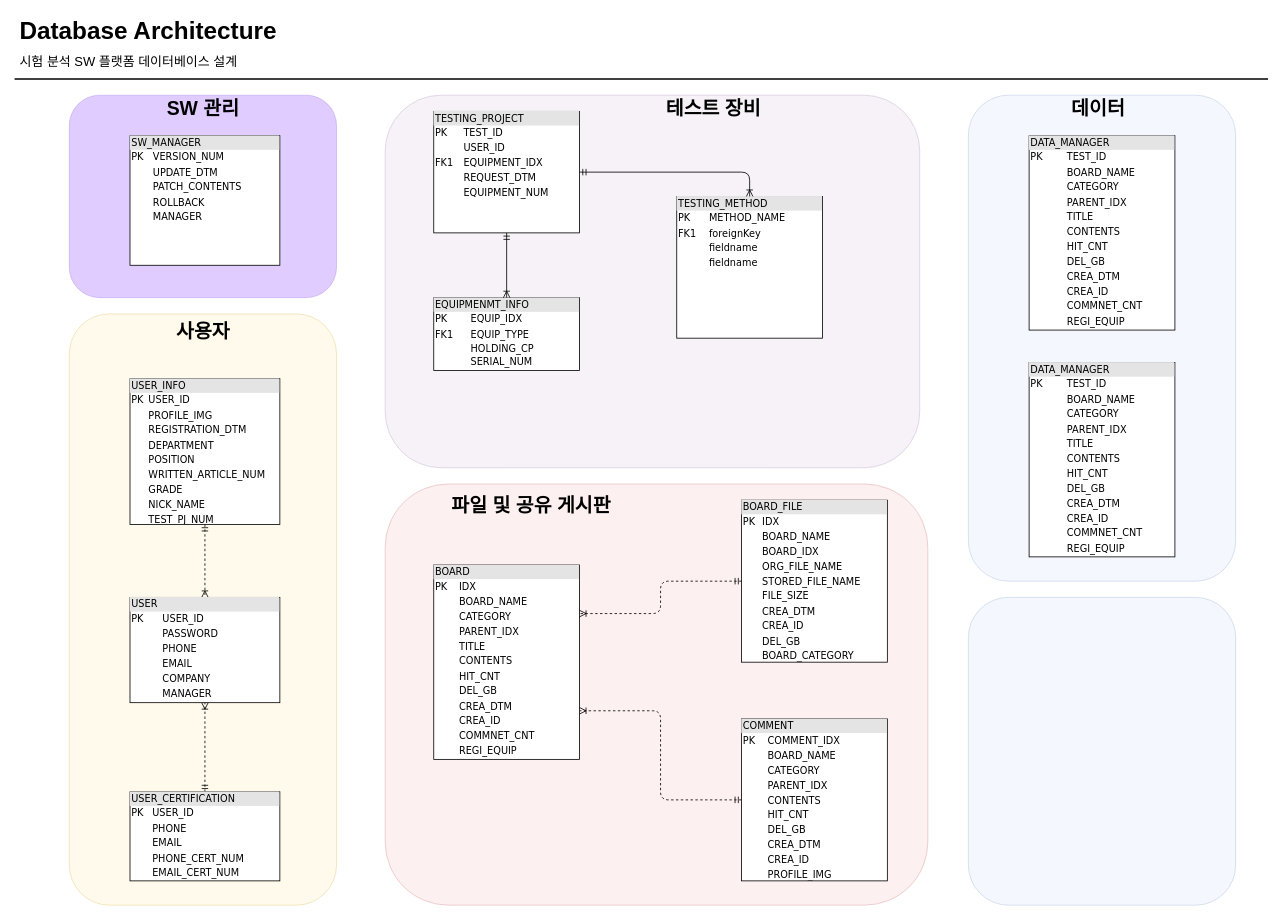
Earlier version of the draw.io diagram DB_architecture.drawio (penzance-jshan/test). Source tidied: cells renumbered, new cells numbered last; positions are measured from the earlier drawing's top-left corner, leaving out a move shared by most shapes. Both pictures are drawn from the tidied source at 81%, with x=0, y=0 at pixel (14, 14).
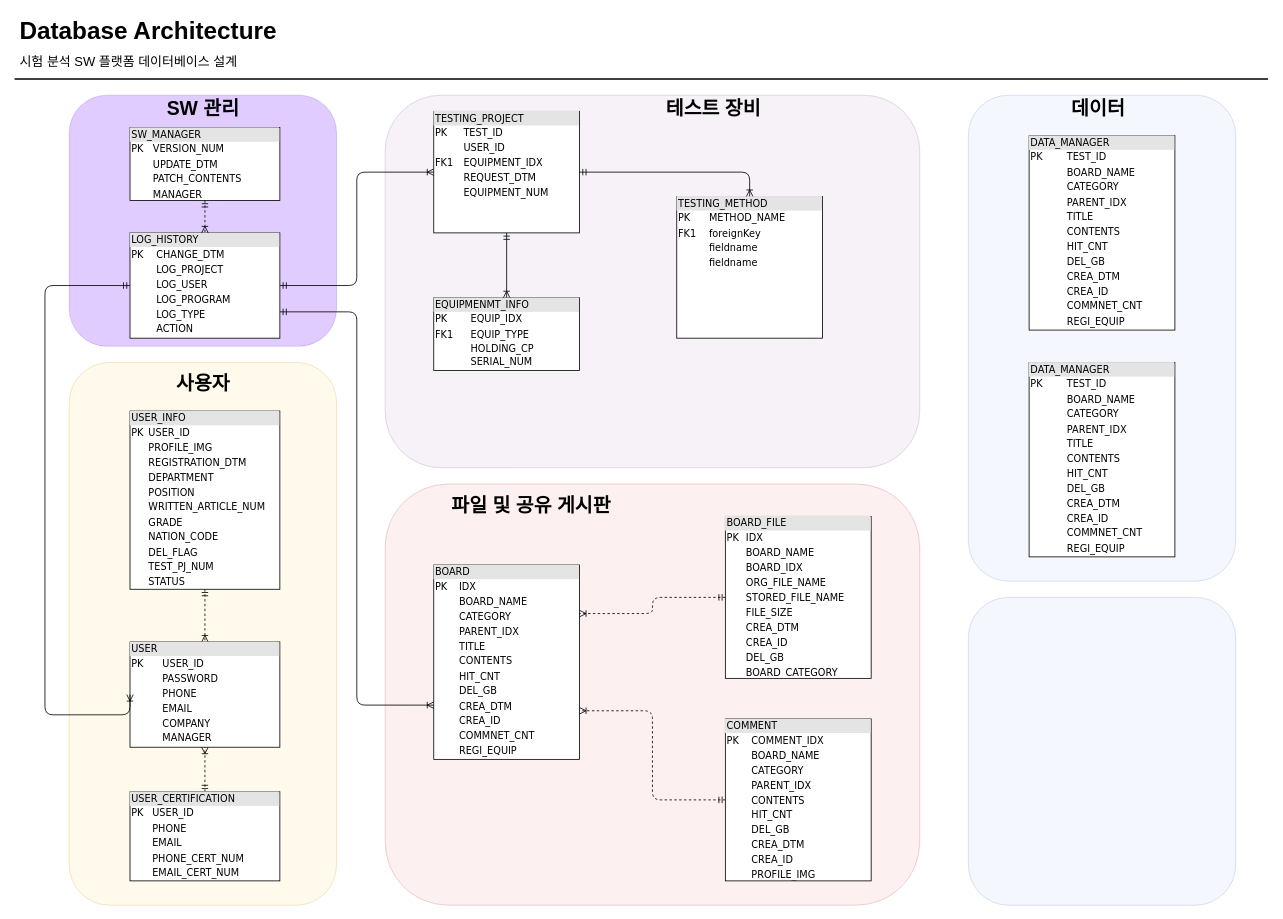
After the change.

Unchanged cells that the change refers to:
```xml
<mxCell id="5" value="&lt;div style=&quot;box-sizing: border-box ; width: 100% ; background: #e4e4e4 ; padding: 2px&quot;&gt;TESTING_PROJECT&lt;/div&gt;&lt;table style=&quot;width: 100% ; font-size: 1em&quot; cellpadding=&quot;2&quot; cellspacing=&quot;0&quot;&gt;&lt;tbody&gt;&lt;tr&gt;&lt;td&gt;PK&lt;/td&gt;&lt;td&gt;TEST_ID&lt;/td&gt;&lt;/tr&gt;&lt;tr&gt;&lt;td&gt;&lt;br&gt;&lt;/td&gt;&lt;td&gt;USER_ID&lt;/td&gt;&lt;/tr&gt;&lt;tr&gt;&lt;td&gt;FK1&lt;/td&gt;&lt;td&gt;EQUIPMENT_IDX&lt;/td&gt;&lt;/tr&gt;&lt;tr&gt;&lt;td&gt;&lt;br&gt;&lt;/td&gt;&lt;td&gt;REQUEST_DTM&lt;br&gt;&lt;/td&gt;&lt;/tr&gt;&lt;tr&gt;&lt;td&gt;&lt;/td&gt;&lt;td&gt;EQUIPMENT_NUM&lt;br&gt;&lt;br&gt;&lt;/td&gt;&lt;/tr&gt;&lt;/tbody&gt;&lt;/table&gt;" style="verticalAlign=top;align=left;overflow=fill;html=1;rounded=0;shadow=0;comic=0;labelBackgroundColor=none;strokeWidth=1;fontFamily=Verdana;fontSize=12;" parent="1" vertex="1">
  <mxGeometry x="518" y="120" width="180" height="150" as="geometry" />
</mxCell>
<mxCell id="13" value="&lt;div style=&quot;box-sizing: border-box ; width: 100% ; background: #e4e4e4 ; padding: 2px&quot;&gt;BOARD&lt;/div&gt;&lt;table style=&quot;width: 100% ; font-size: 1em&quot; cellpadding=&quot;2&quot; cellspacing=&quot;0&quot;&gt;&lt;tbody&gt;&lt;tr&gt;&lt;td&gt;PK&lt;/td&gt;&lt;td&gt;IDX&lt;/td&gt;&lt;/tr&gt;&lt;tr&gt;&lt;td&gt;&lt;br&gt;&lt;/td&gt;&lt;td&gt;BOARD_NAME&lt;/td&gt;&lt;/tr&gt;&lt;tr&gt;&lt;td&gt;&lt;br&gt;&lt;/td&gt;&lt;td&gt;CATEGORY&lt;/td&gt;&lt;/tr&gt;&lt;tr&gt;&lt;td&gt;&lt;br&gt;&lt;/td&gt;&lt;td&gt;PARENT_IDX&lt;br&gt;&lt;/td&gt;&lt;/tr&gt;&lt;tr&gt;&lt;td&gt;&lt;br&gt;&lt;/td&gt;&lt;td&gt;TITLE&lt;br&gt;&lt;/td&gt;&lt;/tr&gt;&lt;tr&gt;&lt;td&gt;&lt;br&gt;&lt;/td&gt;&lt;td&gt;CONTENTS&lt;br&gt;&lt;/td&gt;&lt;/tr&gt;&lt;tr&gt;&lt;td&gt;&lt;br&gt;&lt;/td&gt;&lt;td&gt;HIT_CNT&lt;br&gt;&lt;/td&gt;&lt;/tr&gt;&lt;tr&gt;&lt;td&gt;&lt;br&gt;&lt;/td&gt;&lt;td&gt;DEL_GB&lt;/td&gt;&lt;/tr&gt;&lt;tr&gt;&lt;td&gt;&lt;br&gt;&lt;/td&gt;&lt;td&gt;CREA_DTM&lt;br&gt;&lt;/td&gt;&lt;/tr&gt;&lt;tr&gt;&lt;td&gt;&lt;br&gt;&lt;/td&gt;&lt;td&gt;CREA_ID&lt;br&gt;&lt;/td&gt;&lt;/tr&gt;&lt;tr&gt;&lt;td&gt;&lt;br&gt;&lt;/td&gt;&lt;td&gt;COMMNET_CNT&lt;br&gt;&lt;/td&gt;&lt;/tr&gt;&lt;tr&gt;&lt;td&gt;&lt;br&gt;&lt;/td&gt;&lt;td&gt;REGI_EQUIP&lt;br&gt;&lt;/td&gt;&lt;/tr&gt;&lt;/tbody&gt;&lt;/table&gt;" style="verticalAlign=top;align=left;overflow=fill;html=1;rounded=0;shadow=0;comic=0;labelBackgroundColor=none;strokeWidth=1;fontFamily=Verdana;fontSize=12;" parent="1" vertex="1">
  <mxGeometry x="518" y="680" width="180" height="240" as="geometry" />
</mxCell>
```

What changed in the source:
```diff
@@
     <mxCell id="3" style="rounded=1;whiteSpace=wrap;html=1;fillColor=#f8cecc;strokeColor=#b85450;opacity=30;" parent="1" vertex="1">
-      <mxGeometry x="458" y="580" width="670" height="520" as="geometry" />
+      <mxGeometry x="458" y="580" width="660" height="520" as="geometry" />
     </mxCell>
     <mxCell id="4" style="rounded=1;whiteSpace=wrap;html=1;fillColor=#fff2cc;strokeColor=#d6b656;opacity=40;" parent="1" vertex="1">
-      <mxGeometry x="68" y="370" width="330" height="730" as="geometry" />
+      <mxGeometry x="68" y="430" width="330" height="670" as="geometry" />
     </mxCell>
@@
     <mxCell id="7" value="&lt;div style=&quot;box-sizing: border-box ; width: 100% ; background: #e4e4e4 ; padding: 2px&quot;&gt;USER&lt;/div&gt;&lt;table style=&quot;width: 100% ; font-size: 1em&quot; cellpadding=&quot;2&quot; cellspacing=&quot;0&quot;&gt;&lt;tbody&gt;&lt;tr&gt;&lt;td&gt;PK&lt;/td&gt;&lt;td&gt;USER_ID&lt;/td&gt;&lt;/tr&gt;&lt;tr&gt;&lt;td&gt;&lt;br&gt;&lt;/td&gt;&lt;td&gt;PASSWORD&lt;/td&gt;&lt;/tr&gt;&lt;tr&gt;&lt;td&gt;&lt;br&gt;&lt;/td&gt;&lt;td&gt;PHONE&lt;/td&gt;&lt;/tr&gt;&lt;tr&gt;&lt;td&gt;&lt;br&gt;&lt;/td&gt;&lt;td&gt;EMAIL&lt;/td&gt;&lt;/tr&gt;&lt;tr&gt;&lt;td&gt;&lt;br&gt;&lt;/td&gt;&lt;td&gt;COMPANY&lt;br&gt;&lt;/td&gt;&lt;/tr&gt;&lt;tr&gt;&lt;td&gt;&lt;br&gt;&lt;/td&gt;&lt;td&gt;MANAGER&lt;/td&gt;&lt;/tr&gt;&lt;/tbody&gt;&lt;/table&gt;" style="verticalAlign=top;align=left;overflow=fill;html=1;rounded=0;shadow=0;comic=0;labelBackgroundColor=none;strokeWidth=1;fontFamily=Verdana;fontSize=12;" parent="1" vertex="1">
-      <mxGeometry x="143" y="720" width="185" height="130" as="geometry" />
+      <mxGeometry x="143" y="775" width="185" height="130" as="geometry" />
     </mxCell>
@@
-    <mxCell id="18" value="&lt;div style=&quot;box-sizing: border-box ; width: 100% ; background: #e4e4e4 ; padding: 2px&quot;&gt;USER_INFO&lt;br&gt;&lt;/div&gt;&lt;table style=&quot;width: 100% ; font-size: 1em&quot; cellpadding=&quot;2&quot; cellspacing=&quot;0&quot;&gt;&lt;tbody&gt;&lt;tr&gt;&lt;td&gt;PK&lt;/td&gt;&lt;td&gt;USER_ID&lt;/td&gt;&lt;/tr&gt;&lt;tr&gt;&lt;td&gt;&lt;br&gt;&lt;/td&gt;&lt;td&gt;PROFILE_IMG&lt;/td&gt;&lt;/tr&gt;&lt;tr&gt;&lt;td&gt;&lt;br&gt;&lt;/td&gt;&lt;td&gt;REGISTRATION_DTM&lt;/td&gt;&lt;/tr&gt;&lt;tr&gt;&lt;td&gt;&lt;br&gt;&lt;/td&gt;&lt;td&gt;DEPARTMENT&lt;/td&gt;&lt;/tr&gt;&lt;tr&gt;&lt;td&gt;&lt;br&gt;&lt;/td&gt;&lt;td&gt;POSITION&lt;br&gt;&lt;/td&gt;&lt;/tr&gt;&lt;tr&gt;&lt;td&gt;&lt;br&gt;&lt;/td&gt;&lt;td&gt;WRITTEN_ARTICLE_NUM&lt;br&gt;&lt;/td&gt;&lt;/tr&gt;&lt;tr&gt;&lt;td&gt;&lt;br&gt;&lt;/td&gt;&lt;td&gt;GRADE&lt;br&gt;&lt;/td&gt;&lt;/tr&gt;&lt;tr&gt;&lt;td&gt;&lt;br&gt;&lt;/td&gt;&lt;td&gt;NICK_NAME&lt;/td&gt;&lt;/tr&gt;&lt;tr&gt;&lt;td&gt;&lt;br&gt;&lt;/td&gt;&lt;td&gt;TEST_PJ_NUM&lt;/td&gt;&lt;/tr&gt;&lt;/tbody&gt;&lt;/table&gt;" style="verticalAlign=top;align=left;overflow=fill;html=1;rounded=0;shadow=0;comic=0;labelBackgroundColor=none;strokeWidth=1;fontFamily=Verdana;fontSize=12;" parent="1" vertex="1">
-      <mxGeometry x="143" y="450" width="185" height="180" as="geometry" />
+    <mxCell id="18" value="&lt;div style=&quot;box-sizing: border-box ; width: 100% ; background: #e4e4e4 ; padding: 2px&quot;&gt;USER_INFO&lt;br&gt;&lt;/div&gt;&lt;table style=&quot;width: 100% ; font-size: 1em&quot; cellpadding=&quot;2&quot; cellspacing=&quot;0&quot;&gt;&lt;tbody&gt;&lt;tr&gt;&lt;td&gt;PK&lt;/td&gt;&lt;td&gt;USER_ID&lt;/td&gt;&lt;/tr&gt;&lt;tr&gt;&lt;td&gt;&lt;br&gt;&lt;/td&gt;&lt;td&gt;PROFILE_IMG&lt;/td&gt;&lt;/tr&gt;&lt;tr&gt;&lt;td&gt;&lt;br&gt;&lt;/td&gt;&lt;td&gt;REGISTRATION_DTM&lt;/td&gt;&lt;/tr&gt;&lt;tr&gt;&lt;td&gt;&lt;br&gt;&lt;/td&gt;&lt;td&gt;DEPARTMENT&lt;/td&gt;&lt;/tr&gt;&lt;tr&gt;&lt;td&gt;&lt;br&gt;&lt;/td&gt;&lt;td&gt;POSITION&lt;br&gt;&lt;/td&gt;&lt;/tr&gt;&lt;tr&gt;&lt;td&gt;&lt;br&gt;&lt;/td&gt;&lt;td&gt;WRITTEN_ARTICLE_NUM&lt;br&gt;&lt;/td&gt;&lt;/tr&gt;&lt;tr&gt;&lt;td&gt;&lt;br&gt;&lt;/td&gt;&lt;td&gt;GRADE&lt;br&gt;&lt;/td&gt;&lt;/tr&gt;&lt;tr&gt;&lt;td&gt;&lt;br&gt;&lt;/td&gt;&lt;td&gt;NATION_CODE&lt;/td&gt;&lt;/tr&gt;&lt;tr&gt;&lt;td&gt;&lt;br&gt;&lt;/td&gt;&lt;td&gt;DEL_FLAG&lt;/td&gt;&lt;/tr&gt;&lt;tr&gt;&lt;td&gt;&lt;br&gt;&lt;/td&gt;&lt;td&gt;TEST_PJ_NUM&lt;/td&gt;&lt;/tr&gt;&lt;tr&gt;&lt;td&gt;&lt;br&gt;&lt;/td&gt;&lt;td&gt;STATUS&lt;/td&gt;&lt;/tr&gt;&lt;tr&gt;&lt;td&gt;&lt;br&gt;&lt;/td&gt;&lt;td&gt;&lt;br&gt;&lt;/td&gt;&lt;/tr&gt;&lt;tr&gt;&lt;td&gt;&lt;br&gt;&lt;/td&gt;&lt;td&gt;&lt;br&gt;&lt;/td&gt;&lt;/tr&gt;&lt;tr&gt;&lt;td&gt;&lt;br&gt;&lt;/td&gt;&lt;td&gt;&lt;br&gt;&lt;/td&gt;&lt;/tr&gt;&lt;tr&gt;&lt;td&gt;&lt;br&gt;&lt;/td&gt;&lt;td&gt;&lt;br&gt;&lt;/td&gt;&lt;/tr&gt;&lt;tr&gt;&lt;td&gt;&lt;br&gt;&lt;/td&gt;&lt;td&gt;&lt;br&gt;&lt;/td&gt;&lt;/tr&gt;&lt;/tbody&gt;&lt;/table&gt;" style="verticalAlign=top;align=left;overflow=fill;html=1;rounded=0;shadow=0;comic=0;labelBackgroundColor=none;strokeWidth=1;fontFamily=Verdana;fontSize=12;" parent="1" vertex="1">
+      <mxGeometry x="143" y="490" width="185" height="220" as="geometry" />
     </mxCell>
     <mxCell id="19" value="&lt;div style=&quot;box-sizing: border-box ; width: 100% ; background: #e4e4e4 ; padding: 2px&quot;&gt;BOARD_FILE&lt;/div&gt;&lt;table style=&quot;width: 100% ; font-size: 1em&quot; cellpadding=&quot;2&quot; cellspacing=&quot;0&quot;&gt;&lt;tbody&gt;&lt;tr&gt;&lt;td&gt;PK&lt;/td&gt;&lt;td&gt;IDX&lt;/td&gt;&lt;/tr&gt;&lt;tr&gt;&lt;td&gt;&lt;/td&gt;&lt;td&gt;BOARD_NAME&lt;/td&gt;&lt;/tr&gt;&lt;tr&gt;&lt;td&gt;&lt;br&gt;&lt;/td&gt;&lt;td&gt;BOARD_IDX&lt;/td&gt;&lt;/tr&gt;&lt;tr&gt;&lt;td&gt;&lt;br&gt;&lt;/td&gt;&lt;td&gt;ORG_FILE_NAME&lt;br&gt;&lt;/td&gt;&lt;/tr&gt;&lt;tr&gt;&lt;td&gt;&lt;br&gt;&lt;/td&gt;&lt;td&gt;STORED_FILE_NAME&lt;br&gt;&lt;/td&gt;&lt;/tr&gt;&lt;tr&gt;&lt;td&gt;&lt;br&gt;&lt;/td&gt;&lt;td&gt;FILE_SIZE&lt;br&gt;&lt;/td&gt;&lt;/tr&gt;&lt;tr&gt;&lt;td&gt;&lt;br&gt;&lt;/td&gt;&lt;td&gt;CREA_DTM&lt;br&gt;&lt;/td&gt;&lt;/tr&gt;&lt;tr&gt;&lt;td&gt;&lt;br&gt;&lt;/td&gt;&lt;td&gt;CREA_ID&lt;/td&gt;&lt;/tr&gt;&lt;tr&gt;&lt;td&gt;&lt;br&gt;&lt;/td&gt;&lt;td&gt;DEL_GB&lt;br&gt;&lt;/td&gt;&lt;/tr&gt;&lt;tr&gt;&lt;td&gt;&lt;br&gt;&lt;/td&gt;&lt;td&gt;BOARD_CATEGORY&lt;/td&gt;&lt;/tr&gt;&lt;/tbody&gt;&lt;/table&gt;" style="verticalAlign=top;align=left;overflow=fill;html=1;rounded=0;shadow=0;comic=0;labelBackgroundColor=none;strokeWidth=1;fontFamily=Verdana;fontSize=12;" parent="1" vertex="1">
-      <mxGeometry x="898" y="600" width="180" height="200" as="geometry" />
+      <mxGeometry x="878" y="620" width="180" height="200" as="geometry" />
     </mxCell>
     <mxCell id="20" value="&lt;div style=&quot;box-sizing: border-box ; width: 100% ; background: #e4e4e4 ; padding: 2px&quot;&gt;COMMENT&lt;/div&gt;&lt;table style=&quot;width: 100% ; font-size: 1em&quot; cellpadding=&quot;2&quot; cellspacing=&quot;0&quot;&gt;&lt;tbody&gt;&lt;tr&gt;&lt;td&gt;PK&lt;/td&gt;&lt;td&gt;COMMENT_IDX&lt;/td&gt;&lt;/tr&gt;&lt;tr&gt;&lt;td&gt;&lt;/td&gt;&lt;td&gt;BOARD_NAME&lt;/td&gt;&lt;/tr&gt;&lt;tr&gt;&lt;td&gt;&lt;br&gt;&lt;/td&gt;&lt;td&gt;CATEGORY&lt;/td&gt;&lt;/tr&gt;&lt;tr&gt;&lt;td&gt;&lt;br&gt;&lt;/td&gt;&lt;td&gt;PARENT_IDX&lt;br&gt;&lt;/td&gt;&lt;/tr&gt;&lt;tr&gt;&lt;td&gt;&lt;br&gt;&lt;/td&gt;&lt;td&gt;CONTENTS&lt;/td&gt;&lt;/tr&gt;&lt;tr&gt;&lt;td&gt;&lt;br&gt;&lt;/td&gt;&lt;td&gt;HIT_CNT&lt;br&gt;&lt;/td&gt;&lt;/tr&gt;&lt;tr&gt;&lt;td&gt;&lt;br&gt;&lt;/td&gt;&lt;td&gt;DEL_GB&lt;br&gt;&lt;/td&gt;&lt;/tr&gt;&lt;tr&gt;&lt;td&gt;&lt;br&gt;&lt;/td&gt;&lt;td&gt;CREA_DTM&lt;/td&gt;&lt;/tr&gt;&lt;tr&gt;&lt;td&gt;&lt;br&gt;&lt;/td&gt;&lt;td&gt;CREA_ID&lt;br&gt;&lt;/td&gt;&lt;/tr&gt;&lt;tr&gt;&lt;td&gt;&lt;br&gt;&lt;/td&gt;&lt;td&gt;PROFILE_IMG&lt;/td&gt;&lt;/tr&gt;&lt;/tbody&gt;&lt;/table&gt;" style="verticalAlign=top;align=left;overflow=fill;html=1;rounded=0;shadow=0;comic=0;labelBackgroundColor=none;strokeWidth=1;fontFamily=Verdana;fontSize=12;" parent="1" vertex="1">
-      <mxGeometry x="898" y="870" width="180" height="200" as="geometry" />
+      <mxGeometry x="878" y="870" width="180" height="200" as="geometry" />
     </mxCell>
@@
     <mxCell id="23" value="사용자" style="text;html=1;align=center;verticalAlign=top;spacingTop=-4;fontSize=24;fontStyle=1;" parent="1" vertex="1">
-      <mxGeometry x="188" y="375" width="90" height="30" as="geometry" />
+      <mxGeometry x="188" y="440" width="90" height="30" as="geometry" />
     </mxCell>
@@
     <mxCell id="30" style="rounded=1;whiteSpace=wrap;html=1;fillColor=#6a00ff;strokeColor=#3700CC;opacity=20;fontColor=#ffffff;" parent="1" vertex="1">
-      <mxGeometry x="68" y="100" width="330" height="250" as="geometry" />
+      <mxGeometry x="68" y="100" width="330" height="310" as="geometry" />
     </mxCell>
@@
-    <mxCell id="33" value="&lt;div style=&quot;box-sizing: border-box ; width: 100% ; background: #e4e4e4 ; padding: 2px&quot;&gt;SW_MANAGER&lt;/div&gt;&lt;table style=&quot;width: 100% ; font-size: 1em&quot; cellpadding=&quot;2&quot; cellspacing=&quot;0&quot;&gt;&lt;tbody&gt;&lt;tr&gt;&lt;td&gt;PK&lt;/td&gt;&lt;td&gt;VERSION_NUM&lt;/td&gt;&lt;/tr&gt;&lt;tr&gt;&lt;td&gt;&lt;br&gt;&lt;/td&gt;&lt;td&gt;UPDATE_DTM&lt;/td&gt;&lt;/tr&gt;&lt;tr&gt;&lt;td&gt;&lt;br&gt;&lt;/td&gt;&lt;td&gt;PATCH_CONTENTS&lt;/td&gt;&lt;/tr&gt;&lt;tr&gt;&lt;td&gt;&lt;br&gt;&lt;/td&gt;&lt;td&gt;ROLLBACK&lt;/td&gt;&lt;/tr&gt;&lt;tr&gt;&lt;td&gt;&lt;br&gt;&lt;/td&gt;&lt;td&gt;MANAGER&lt;br&gt;&lt;/td&gt;&lt;/tr&gt;&lt;/tbody&gt;&lt;/table&gt;" style="verticalAlign=top;align=left;overflow=fill;html=1;rounded=0;shadow=0;comic=0;labelBackgroundColor=none;strokeWidth=1;fontFamily=Verdana;fontSize=12;" parent="1" vertex="1">
-      <mxGeometry x="143" y="150" width="185" height="160" as="geometry" />
+    <mxCell id="33" value="&lt;div style=&quot;box-sizing: border-box ; width: 100% ; background: #e4e4e4 ; padding: 2px&quot;&gt;SW_MANAGER&lt;/div&gt;&lt;table style=&quot;width: 100% ; font-size: 1em&quot; cellpadding=&quot;2&quot; cellspacing=&quot;0&quot;&gt;&lt;tbody&gt;&lt;tr&gt;&lt;td&gt;PK&lt;/td&gt;&lt;td&gt;VERSION_NUM&lt;/td&gt;&lt;/tr&gt;&lt;tr&gt;&lt;td&gt;&lt;br&gt;&lt;/td&gt;&lt;td&gt;UPDATE_DTM&lt;/td&gt;&lt;/tr&gt;&lt;tr&gt;&lt;td&gt;&lt;br&gt;&lt;/td&gt;&lt;td&gt;PATCH_CONTENTS&lt;/td&gt;&lt;/tr&gt;&lt;tr&gt;&lt;td&gt;&lt;br&gt;&lt;/td&gt;&lt;td&gt;MANAGER&lt;br&gt;&lt;/td&gt;&lt;/tr&gt;&lt;/tbody&gt;&lt;/table&gt;" style="verticalAlign=top;align=left;overflow=fill;html=1;rounded=0;shadow=0;comic=0;labelBackgroundColor=none;strokeWidth=1;fontFamily=Verdana;fontSize=12;" parent="1" vertex="1">
+      <mxGeometry x="143" y="140" width="185" height="90" as="geometry" />
     </mxCell>
+    <mxCell id="34" value="&lt;div style=&quot;box-sizing: border-box ; width: 100% ; background: #e4e4e4 ; padding: 2px&quot;&gt;LOG_HISTORY&lt;/div&gt;&lt;table style=&quot;width: 100% ; font-size: 1em&quot; cellpadding=&quot;2&quot; cellspacing=&quot;0&quot;&gt;&lt;tbody&gt;&lt;tr&gt;&lt;td&gt;PK&lt;/td&gt;&lt;td&gt;CHANGE_DTM&lt;/td&gt;&lt;/tr&gt;&lt;tr&gt;&lt;td&gt;&lt;br&gt;&lt;/td&gt;&lt;td&gt;LOG_PROJECT&lt;/td&gt;&lt;/tr&gt;&lt;tr&gt;&lt;td&gt;&lt;br&gt;&lt;/td&gt;&lt;td&gt;LOG_USER&lt;/td&gt;&lt;/tr&gt;&lt;tr&gt;&lt;td&gt;&lt;br&gt;&lt;/td&gt;&lt;td&gt;LOG_PROGRAM&lt;/td&gt;&lt;/tr&gt;&lt;tr&gt;&lt;td&gt;&lt;br&gt;&lt;/td&gt;&lt;td&gt;LOG_TYPE&lt;/td&gt;&lt;/tr&gt;&lt;tr&gt;&lt;td&gt;&lt;br&gt;&lt;/td&gt;&lt;td&gt;ACTION&lt;/td&gt;&lt;/tr&gt;&lt;/tbody&gt;&lt;/table&gt;" style="verticalAlign=top;align=left;overflow=fill;html=1;rounded=0;shadow=0;comic=0;labelBackgroundColor=none;strokeWidth=1;fontFamily=Verdana;fontSize=12;" parent="1" vertex="1">
+      <mxGeometry x="143" y="270" width="185" height="130" as="geometry" />
+    </mxCell>
+    <mxCell id="35" style="edgeStyle=orthogonalEdgeStyle;html=1;dashed=1;labelBackgroundColor=none;startArrow=ERmandOne;endArrow=ERoneToMany;fontFamily=Verdana;fontSize=12;align=left;exitX=0.5;exitY=1;exitDx=0;exitDy=0;entryX=0.5;entryY=0;entryDx=0;entryDy=0;" parent="1" edge="1" source="33" target="34">
+      <mxGeometry relative="1" as="geometry" />
+    </mxCell>
+    <mxCell id="36" style="edgeStyle=orthogonalEdgeStyle;html=1;entryX=0;entryY=0.5;labelBackgroundColor=none;startArrow=ERmandOne;endArrow=ERoneToMany;fontFamily=Verdana;fontSize=12;align=left;exitX=1;exitY=0.5;exitDx=0;exitDy=0;entryDx=0;entryDy=0;" parent="1" edge="1" source="34" target="5">
+      <mxGeometry relative="1" as="geometry" />
+    </mxCell>
+    <mxCell id="37" style="edgeStyle=orthogonalEdgeStyle;html=1;entryX=0;entryY=0.721;labelBackgroundColor=none;startArrow=ERmandOne;endArrow=ERoneToMany;fontFamily=Verdana;fontSize=12;align=left;exitX=1;exitY=0.75;exitDx=0;exitDy=0;entryDx=0;entryDy=0;entryPerimeter=0;" parent="1" edge="1" source="34" target="13">
+      <mxGeometry relative="1" as="geometry" />
+    </mxCell>
+    <mxCell id="38" style="edgeStyle=orthogonalEdgeStyle;html=1;entryX=0;entryY=0.5;labelBackgroundColor=none;startArrow=ERmandOne;endArrow=ERoneToMany;fontFamily=Verdana;fontSize=12;align=left;exitX=0;exitY=0.5;exitDx=0;exitDy=0;entryDx=0;entryDy=0;" parent="1" edge="1" source="34" target="7">
+      <mxGeometry relative="1" as="geometry">
+        <Array as="points">
+          <mxPoint x="38" y="335" />
+          <mxPoint x="38" y="865" />
+        </Array>
+      </mxGeometry>
+    </mxCell>
```
